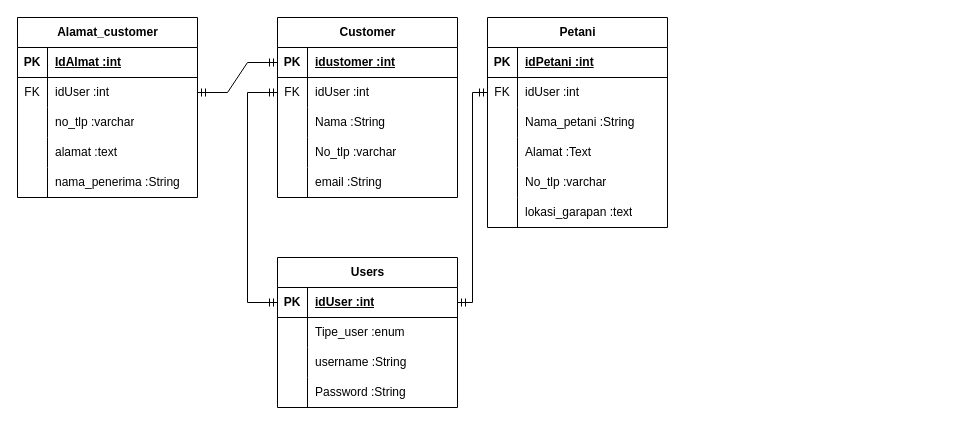
Before: ERD.drawio in zzarr/Project3-design-diagram, a draw.io diagram. Source tidied: cells renumbered, new cells numbered last; positions are measured from the earlier drawing's top-left corner, leaving out a move shared by most shapes. Both pictures are drawn from the tidied source at 100%, with x=0, y=0 at pixel (17, -3).
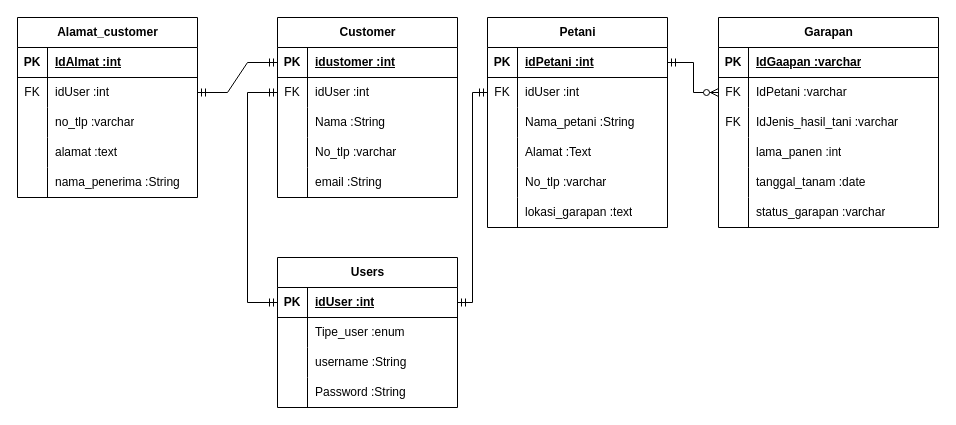
The same diagram, later.

The change refers to these unchanged cells:
```xml
<mxCell id="16" style="shape=tableRow;horizontal=0;startSize=0;swimlaneHead=0;swimlaneBody=0;fillColor=none;points=[[0,0.5],[1,0.5]];portConstraint=eastwest;top=0;left=0;right=0;bottom=1;" parent="15" vertex="1">
  <mxGeometry y="30" width="180" height="30" as="geometry" />
</mxCell>
```

Diff of the diagram source:
```diff
@@
+    <mxCell id="69" value="Garapan" style="shape=table;startSize=30;childLayout=tableLayout;rowLines=0;fontStyle=1;align=center;html=1;" parent="1" vertex="1">
+      <mxGeometry x="701" y="20" width="220" height="210" as="geometry" />
+    </mxCell>
+    <mxCell id="70" style="shape=tableRow;horizontal=0;startSize=0;swimlaneHead=0;swimlaneBody=0;fillColor=none;top=0;left=0;right=0;bottom=1;" parent="69" vertex="1">
+      <mxGeometry y="30" width="220" height="30" as="geometry" />
+    </mxCell>
+    <mxCell id="71" value="PK" style="shape=partialRectangle;fillColor=none;top=0;left=0;bottom=0;right=0;fontStyle=1;overflow=hidden;whiteSpace=wrap;html=1;" parent="70" vertex="1">
+      <mxGeometry width="30" height="30" as="geometry" />
+    </mxCell>
+    <mxCell id="72" value="IdGaapan :varchar" style="shape=partialRectangle;fillColor=none;top=0;left=0;bottom=0;right=0;align=left;spacingLeft=6;fontStyle=5;overflow=hidden;whiteSpace=wrap;html=1;" parent="70" vertex="1">
+      <mxGeometry x="30" width="190" height="30" as="geometry" />
+    </mxCell>
+    <mxCell id="73" style="shape=tableRow;horizontal=0;startSize=0;swimlaneHead=0;swimlaneBody=0;fillColor=none;points=[[0,0.5],[1,0.5]];portConstraint=eastwest;top=0;left=0;right=0;bottom=0;" parent="69" vertex="1">
+      <mxGeometry y="60" width="220" height="30" as="geometry" />
+    </mxCell>
+    <mxCell id="74" value="FK" style="shape=partialRectangle;fillColor=none;top=0;left=0;bottom=0;right=0;overflow=hidden;whiteSpace=wrap;html=1;" parent="73" vertex="1">
+      <mxGeometry width="30" height="30" as="geometry" />
+    </mxCell>
+    <mxCell id="75" value="IdPetani :varchar" style="shape=partialRectangle;fillColor=none;top=0;left=0;bottom=0;right=0;align=left;spacingLeft=6;overflow=hidden;whiteSpace=wrap;html=1;" parent="73" vertex="1">
+      <mxGeometry x="30" width="190" height="30" as="geometry" />
+    </mxCell>
+    <mxCell id="76" style="shape=tableRow;horizontal=0;startSize=0;swimlaneHead=0;swimlaneBody=0;fillColor=none;top=0;left=0;right=0;bottom=0;" parent="69" vertex="1">
+      <mxGeometry y="90" width="220" height="30" as="geometry" />
+    </mxCell>
+    <mxCell id="77" value="FK" style="shape=partialRectangle;fillColor=none;top=0;left=0;bottom=0;right=0;overflow=hidden;whiteSpace=wrap;html=1;" parent="76" vertex="1">
+      <mxGeometry width="30" height="30" as="geometry" />
+    </mxCell>
+    <mxCell id="78" value="IdJenis_hasil_tani :varchar" style="shape=partialRectangle;fillColor=none;top=0;left=0;bottom=0;right=0;align=left;spacingLeft=6;overflow=hidden;whiteSpace=wrap;html=1;" parent="76" vertex="1">
+      <mxGeometry x="30" width="190" height="30" as="geometry" />
+    </mxCell>
+    <mxCell id="79" style="shape=tableRow;horizontal=0;startSize=0;swimlaneHead=0;swimlaneBody=0;fillColor=none;top=0;left=0;right=0;bottom=0;" parent="69" vertex="1">
+      <mxGeometry y="120" width="220" height="30" as="geometry" />
+    </mxCell>
+    <mxCell id="80" style="shape=partialRectangle;fillColor=none;top=0;left=0;bottom=0;right=0;overflow=hidden;whiteSpace=wrap;html=1;" parent="79" vertex="1">
+      <mxGeometry width="30" height="30" as="geometry" />
+    </mxCell>
+    <mxCell id="81" value="lama_panen :int" style="shape=partialRectangle;fillColor=none;top=0;left=0;bottom=0;right=0;align=left;spacingLeft=6;overflow=hidden;whiteSpace=wrap;html=1;" parent="79" vertex="1">
+      <mxGeometry x="30" width="190" height="30" as="geometry" />
+    </mxCell>
+    <mxCell id="82" style="shape=tableRow;horizontal=0;startSize=0;swimlaneHead=0;swimlaneBody=0;fillColor=none;top=0;left=0;right=0;bottom=0;" parent="69" vertex="1">
+      <mxGeometry y="150" width="220" height="30" as="geometry" />
+    </mxCell>
+    <mxCell id="83" style="shape=partialRectangle;fillColor=none;top=0;left=0;bottom=0;right=0;overflow=hidden;whiteSpace=wrap;html=1;" parent="82" vertex="1">
+      <mxGeometry width="30" height="30" as="geometry" />
+    </mxCell>
+    <mxCell id="84" value="tanggal_tanam :date" style="shape=partialRectangle;fillColor=none;top=0;left=0;bottom=0;right=0;align=left;spacingLeft=6;overflow=hidden;whiteSpace=wrap;html=1;" parent="82" vertex="1">
+      <mxGeometry x="30" width="190" height="30" as="geometry" />
+    </mxCell>
+    <mxCell id="85" style="shape=tableRow;horizontal=0;startSize=0;swimlaneHead=0;swimlaneBody=0;fillColor=none;top=0;left=0;right=0;bottom=0;" parent="69" vertex="1">
+      <mxGeometry y="180" width="220" height="30" as="geometry" />
+    </mxCell>
+    <mxCell id="86" style="shape=partialRectangle;fillColor=none;top=0;left=0;bottom=0;right=0;overflow=hidden;whiteSpace=wrap;html=1;" parent="85" vertex="1">
+      <mxGeometry width="30" height="30" as="geometry" />
+    </mxCell>
+    <mxCell id="87" value="status_garapan :varchar" style="shape=partialRectangle;fillColor=none;top=0;left=0;bottom=0;right=0;align=left;spacingLeft=6;overflow=hidden;whiteSpace=wrap;html=1;" parent="85" vertex="1">
+      <mxGeometry x="30" width="190" height="30" as="geometry" />
+    </mxCell>
+    <mxCell id="88" style="edgeStyle=elbowEdgeStyle;fontSize=12;html=1;endArrow=ERzeroToMany;startArrow=ERmandOne;rounded=0;entryX=0;entryY=0.5;entryDx=0;entryDy=0;" parent="1" edge="1" source="16" target="73">
+      <mxGeometry relative="1" as="geometry" />
+    </mxCell>
```
